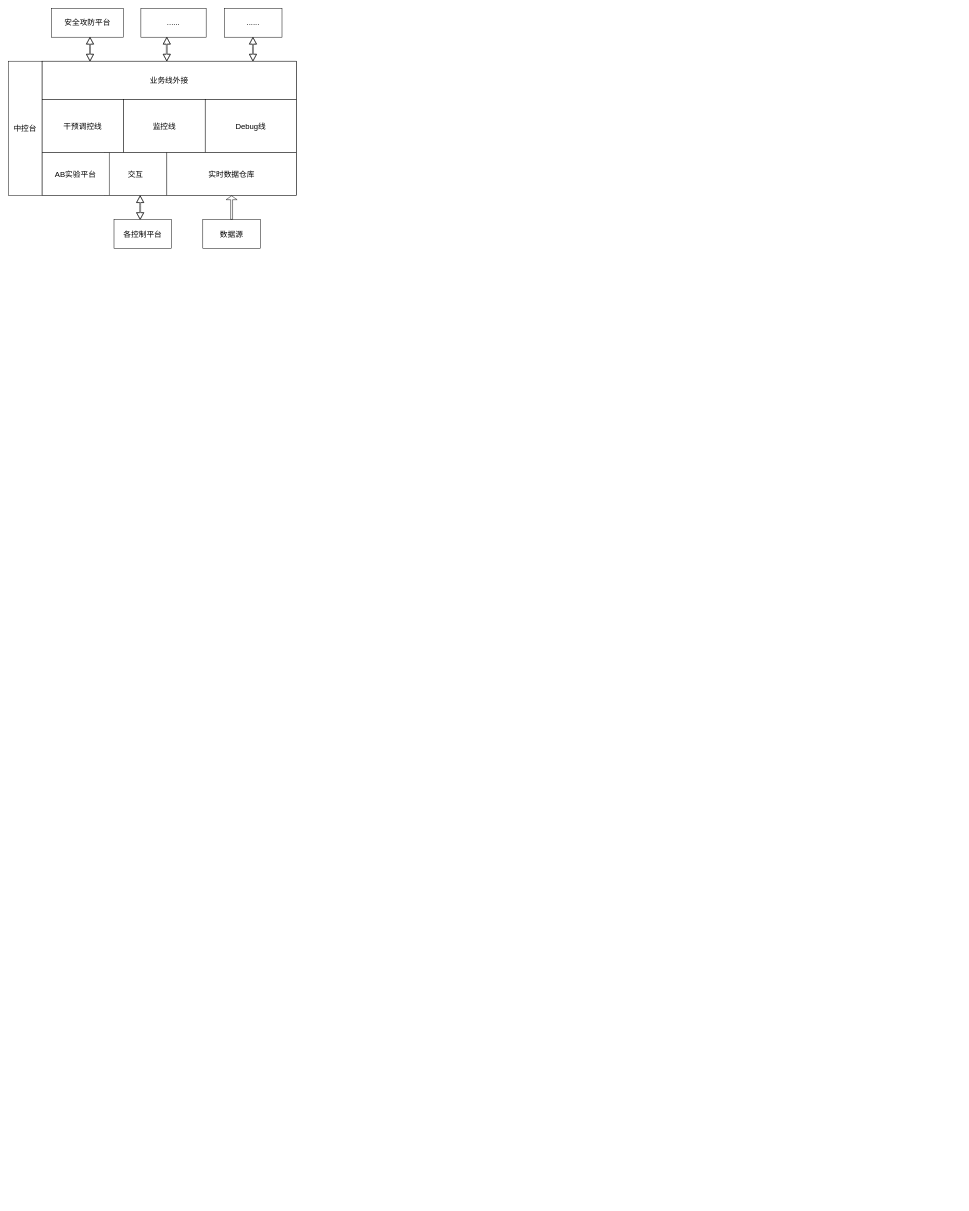
Earlier version of the draw.io diagram 全域流量中控平台_overall.drawio (hustpawpaw/charts). Source tidied: cells renumbered, new cells numbered last; positions are measured from the earlier drawing's top-left corner, leaving out a move shared by most shapes. Both pictures are drawn from the tidied source at 48%, with x=0, y=0 at pixel (8, 8).
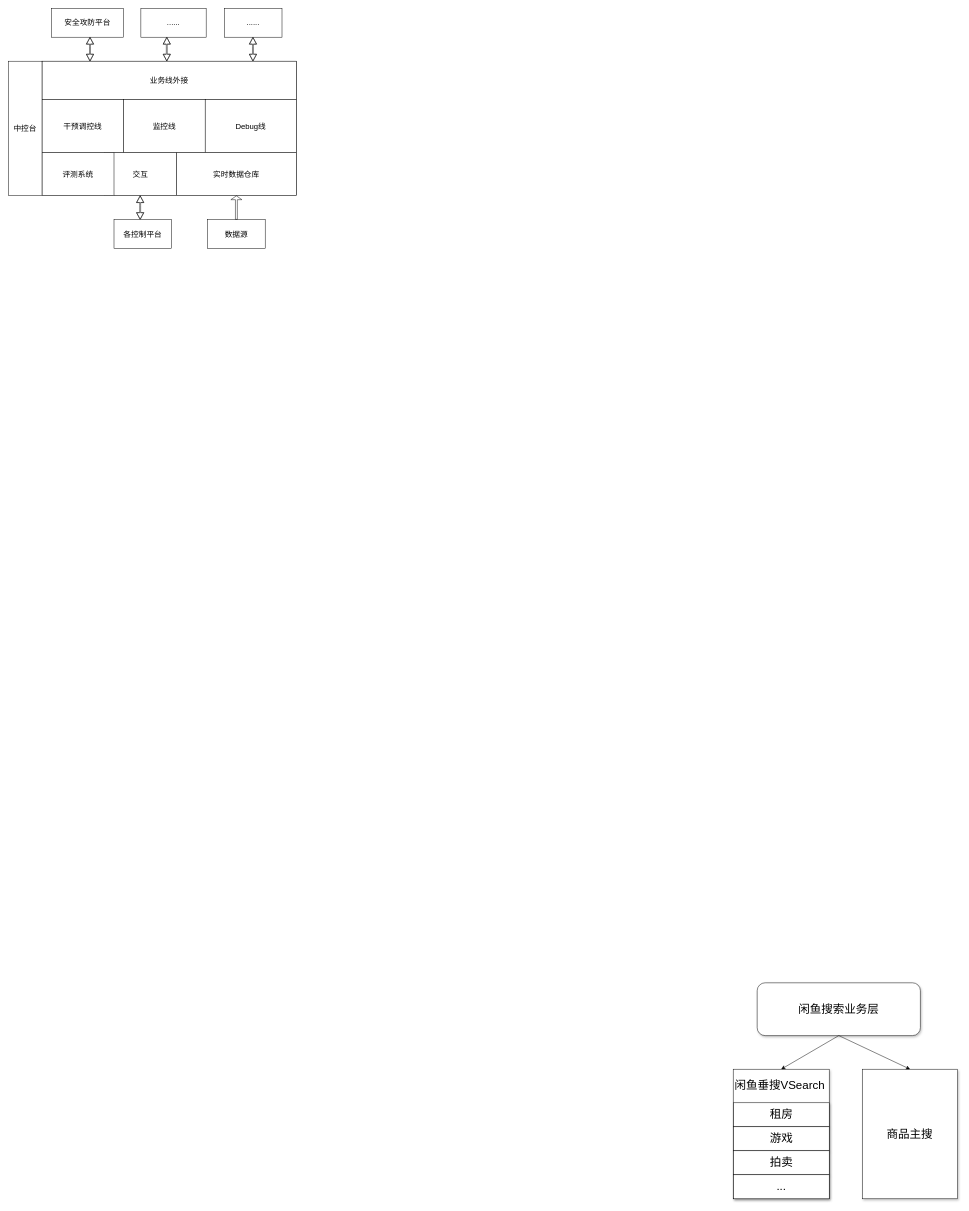
Above is the later version.

Commit message:
Update 全域流量中控平台_overall.drawio

What changed in the source:
```diff
@@
     <mxCell id="9" value="实时数据仓库" style="rounded=0;whiteSpace=wrap;html=1;fontSize=16;" parent="1" vertex="1">
-      <mxGeometry x="330" y="300" width="270" height="90" as="geometry" />
+      <mxGeometry x="350" y="300" width="250" height="90" as="geometry" />
     </mxCell>
     <mxCell id="10" value="交互" style="rounded=0;whiteSpace=wrap;html=1;fontSize=16;" parent="1" vertex="1">
-      <mxGeometry x="200" y="300" width="130" height="90" as="geometry" />
+      <mxGeometry x="200" y="300" width="150" height="90" as="geometry" />
     </mxCell>
-    <mxCell id="11" value="AB实验平台" style="rounded=0;whiteSpace=wrap;html=1;fontSize=16;" parent="1" vertex="1">
-      <mxGeometry x="70" y="300" width="140" height="90" as="geometry" />
+    <mxCell id="11" value="评测系统" style="rounded=0;whiteSpace=wrap;html=1;fontSize=16;" parent="1" vertex="1">
+      <mxGeometry x="70" y="300" width="150" height="90" as="geometry" />
     </mxCell>
@@
     <mxCell id="19" value="数据源" style="rounded=0;whiteSpace=wrap;html=1;fontSize=16;" parent="1" vertex="1">
-      <mxGeometry x="405" y="440" width="120" height="60" as="geometry" />
+      <mxGeometry x="415" y="440" width="120" height="60" as="geometry" />
     </mxCell>
@@
+    <mxCell id="21" value="闲鱼搜索业务层" style="rounded=1;whiteSpace=wrap;html=1;shadow=1;fontSize=24;" parent="1" vertex="1">
+      <mxGeometry x="1560" y="2030" width="340" height="110" as="geometry" />
+    </mxCell>
+    <mxCell id="22" style="rounded=0;whiteSpace=wrap;html=1;shadow=1;fontSize=24;" parent="1" vertex="1">
+      <mxGeometry x="1510" y="2210" width="200" height="270" as="geometry" />
+    </mxCell>
+    <mxCell id="23" value="商品主搜" style="rounded=0;whiteSpace=wrap;html=1;shadow=1;fontSize=24;" parent="1" vertex="1">
+      <mxGeometry x="1779.3" y="2210" width="198.3" height="270" as="geometry" />
+    </mxCell>
+    <mxCell id="24" style="endArrow=classic;html=1;rounded=0;fontSize=24;exitX=0.5;exitY=1;exitDx=0;exitDy=0;entryX=0.5;entryY=0;entryDx=0;entryDy=0;" parent="1" edge="1" source="21" target="22">
+      <mxGeometry relative="1" as="geometry" />
+    </mxCell>
+    <mxCell id="25" style="endArrow=classic;html=1;rounded=0;fontSize=24;exitX=0.5;exitY=1;exitDx=0;exitDy=0;entryX=0.5;entryY=0;entryDx=0;entryDy=0;" parent="1" edge="1" source="21" target="23">
+      <mxGeometry relative="1" as="geometry" />
+    </mxCell>
+    <mxCell id="26" value="租房" style="rounded=0;whiteSpace=wrap;html=1;shadow=1;fontSize=24;" parent="1" vertex="1">
+      <mxGeometry x="1511" y="2280" width="199" height="50" as="geometry" />
+    </mxCell>
+    <mxCell id="27" value="游戏" style="rounded=0;whiteSpace=wrap;html=1;shadow=1;fontSize=24;" parent="1" vertex="1">
+      <mxGeometry x="1511" y="2330" width="199" height="50" as="geometry" />
+    </mxCell>
+    <mxCell id="28" value="拍卖" style="rounded=0;whiteSpace=wrap;html=1;shadow=1;fontSize=24;" parent="1" vertex="1">
+      <mxGeometry x="1511" y="2380" width="199" height="50" as="geometry" />
+    </mxCell>
+    <mxCell id="29" value="...&lt;br&gt;" style="rounded=0;whiteSpace=wrap;html=1;shadow=1;fontSize=24;" parent="1" vertex="1">
+      <mxGeometry x="1511" y="2430" width="199" height="50" as="geometry" />
+    </mxCell>
+    <mxCell id="30" value="&lt;div style=&quot;text-align: center&quot;&gt;&lt;span style=&quot;font-size: 24px&quot;&gt;&lt;font face=&quot;helvetica&quot;&gt;闲鱼垂搜VSearch&lt;/font&gt;&lt;/span&gt;&lt;/div&gt;" style="text;whiteSpace=wrap;html=1;fontSize=18;" parent="1" vertex="1">
+      <mxGeometry x="1511" y="2223" width="200" height="40" as="geometry" />
+    </mxCell>
```
